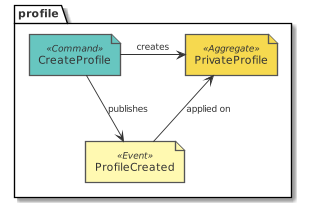
Earlier version of the PlantUML export paper/design_profile_eventstorming_create.png (tmorin/dorders).
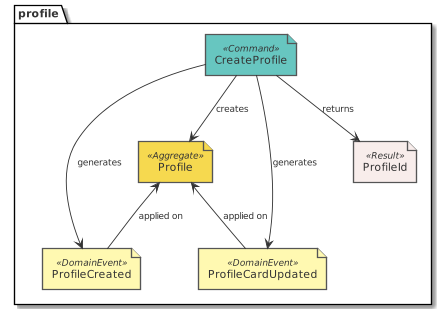
The same file after the commit.

The edit, as a diff of the source:
```diff
@@ -3,10 +3,15 @@
 !include ../.gdiag/plantuml-libs/eventstorming/eventstorming-all.puml
 package profile {
   command('CreateProfile')
-  event('ProfileCreated')
-  aggregate('PrivateProfile')
+  domain_event('ProfileCreated')
+  domain_event('ProfileCardUpdated')
+  aggregate('Profile')
+  result('ProfileId')
 }
-CreateProfile --> ProfileCreated : publishes
-CreateProfile -r-> PrivateProfile : creates
-ProfileCreated -u-> PrivateProfile : applied on
+CreateProfile --> ProfileCreated : generates
+CreateProfile --> ProfileCardUpdated : generates
+CreateProfile --> ProfileId : returns
+CreateProfile --> Profile : creates
+ProfileCreated -u-> Profile : applied on
+ProfileCardUpdated -u-> Profile : applied on
 @enduml
```
